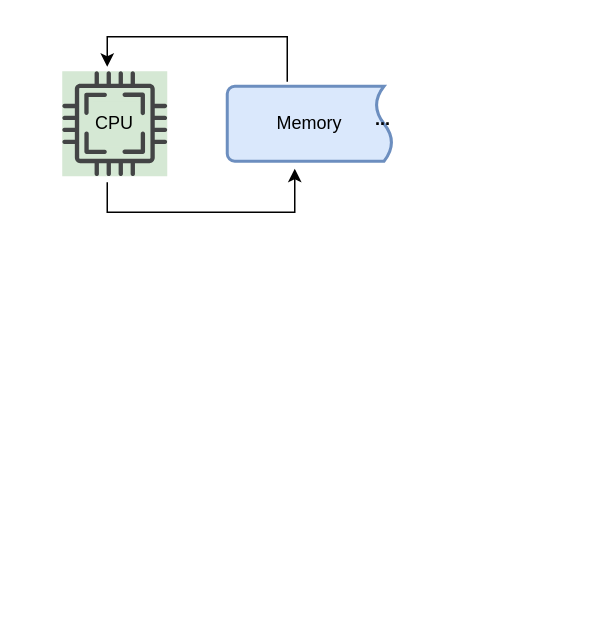
Above: externalsorting.drawio in baoqger/drawing.io (draw.io), before the change. Source tidied: cells renumbered, new cells numbered last; positions are measured from the earlier drawing's top-left corner, leaving out a move shared by most shapes. Both pictures are drawn from the tidied source at 150%, with x=0, y=0 at pixel (62, 36).
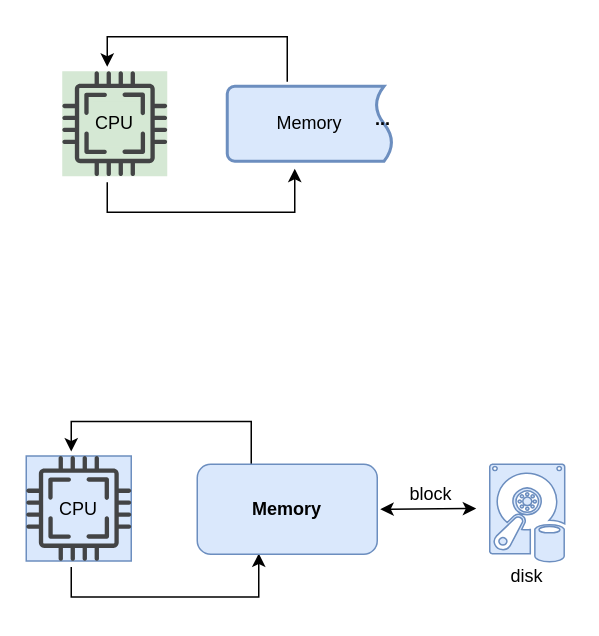
Above is the later version.

The edit, as a diff of the source:
```diff
@@
+    <mxCell id="9" style="group;fillColor=#dae8fc;strokeColor=#6c8ebf;" parent="1" vertex="1">
+      <mxGeometry x="-24" y="279.5" width="70" height="70" as="geometry" />
+    </mxCell>
+    <mxCell id="10" style="sketch=0;shadow=0;dashed=0;html=1;strokeColor=none;fillColor=#434445;labelPosition=center;verticalLabelPosition=bottom;verticalAlign=top;align=center;shape=mxgraph.vvd.cpu;" parent="9" vertex="1">
+      <mxGeometry width="70" height="70" as="geometry" />
+    </mxCell>
+    <mxCell id="11" value="CPU" style="text;html=1;strokeColor=none;fillColor=#dae8fc;align=center;verticalAlign=middle;whiteSpace=wrap;rounded=0;" parent="9" vertex="1">
+      <mxGeometry x="20" y="20" width="30" height="30" as="geometry" />
+    </mxCell>
+    <mxCell id="12" style="endArrow=classic;html=1;rounded=0;entryX=0.429;entryY=-0.014;entryDx=0;entryDy=0;entryPerimeter=0;" parent="1" edge="1">
+      <mxGeometry relative="1" as="geometry">
+        <mxPoint x="126" y="286.5" as="sourcePoint" />
+        <mxPoint x="6" y="276.5" as="targetPoint" />
+        <Array as="points">
+          <mxPoint x="126" y="256.5" />
+          <mxPoint x="6" y="256.5" />
+        </Array>
+      </mxGeometry>
+    </mxCell>
+    <mxCell id="13" style="endArrow=classic;html=1;rounded=0;entryX=0;entryY=0.5;entryDx=0;entryDy=0;entryPerimeter=0;" parent="1" edge="1">
+      <mxGeometry relative="1" as="geometry">
+        <mxPoint x="6" y="353.5" as="sourcePoint" />
+        <mxPoint x="131" y="344.5" as="targetPoint" />
+        <Array as="points">
+          <mxPoint x="6" y="373.5" />
+          <mxPoint x="131" y="373.5" />
+        </Array>
+      </mxGeometry>
+    </mxCell>
+    <mxCell id="14" value="Memory" style="rounded=1;whiteSpace=wrap;html=1;strokeColor=#6c8ebf;fillColor=#dae8fc;fontStyle=1;" parent="1" vertex="1">
+      <mxGeometry x="90" y="285" width="120" height="60" as="geometry" />
+    </mxCell>
+    <mxCell id="15" style="endArrow=classic;startArrow=classic;html=1;rounded=0;exitX=1;exitY=0.5;exitDx=0;exitDy=0;entryX=0;entryY=0.5;entryDx=0;entryDy=0;" parent="1" edge="1">
+      <mxGeometry relative="1" as="geometry">
+        <mxPoint x="212" y="315" as="sourcePoint" />
+        <mxPoint x="276" y="314.5" as="targetPoint" />
+      </mxGeometry>
+    </mxCell>
+    <mxCell id="16" value="block" style="text;html=1;strokeColor=none;fillColor=none;align=center;verticalAlign=middle;whiteSpace=wrap;rounded=0;" parent="1" vertex="1">
+      <mxGeometry x="216" y="289.5" width="60" height="30" as="geometry" />
+    </mxCell>
+    <mxCell id="17" style="verticalLabelPosition=bottom;html=1;verticalAlign=top;align=center;strokeColor=#6c8ebf;fillColor=#dae8fc;shape=mxgraph.azure.vhd_data_disk;" parent="1" vertex="1">
+      <mxGeometry x="285" y="285" width="50" height="65" as="geometry" />
+    </mxCell>
+    <mxCell id="18" value="disk" style="text;html=1;strokeColor=none;fillColor=none;align=center;verticalAlign=middle;whiteSpace=wrap;rounded=0;" parent="1" vertex="1">
+      <mxGeometry x="280" y="345" width="60" height="30" as="geometry" />
+    </mxCell>
```
